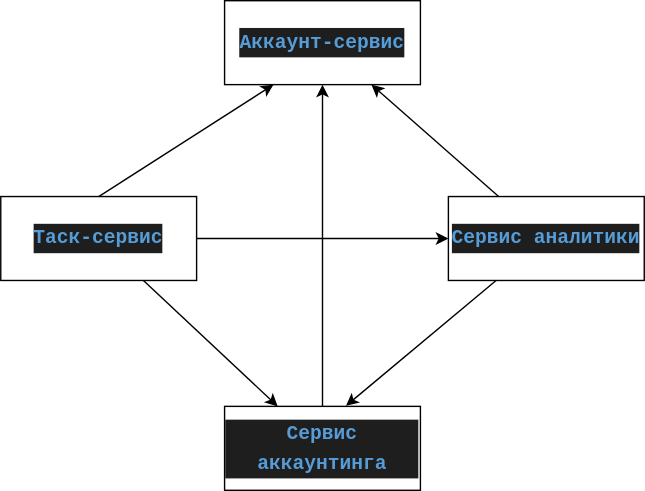
novoseltcev/async-course keeps this draw.io diagram as first-solution/diagram.svg. Above is the earlier version. Source tidied: cells renumbered, new cells last; positions are measured from the earlier drawing's top-left corner, leaving out a move shared by most shapes. Source of this version:
```xml
<mxGraphModel>
  <root>
    <mxCell id="0" />
    <mxCell id="1" parent="0" />
    <mxCell id="2" value="&lt;div style=&quot;color: rgb(212, 212, 212); background-color: rgb(30, 30, 30); font-family: Menlo, Monaco, &amp;quot;Courier New&amp;quot;, monospace; font-size: 14px; line-height: 21px;&quot;&gt;&lt;span style=&quot;color: #569cd6;font-weight: bold;&quot;&gt;Аккаунт-сервис&lt;/span&gt;&lt;/div&gt;" style="rounded=0;whiteSpace=wrap;html=1;" parent="1" vertex="1">
      <mxGeometry x="160" width="140" height="60" as="geometry" />
    </mxCell>
    <mxCell id="3" style="edgeStyle=none;html=1;entryX=0.5;entryY=1;entryDx=0;entryDy=0;" parent="1" edge="1" source="4" target="2">
      <mxGeometry relative="1" as="geometry" />
    </mxCell>
    <mxCell id="4" value="&lt;div style=&quot;color: rgb(212, 212, 212); background-color: rgb(30, 30, 30); font-family: Menlo, Monaco, &amp;quot;Courier New&amp;quot;, monospace; font-size: 14px; line-height: 21px;&quot;&gt;&lt;div style=&quot;line-height: 21px;&quot;&gt;&lt;span style=&quot;color: #569cd6;font-weight: bold;&quot;&gt;Сервис аккаунтинга&lt;/span&gt;&lt;/div&gt;&lt;/div&gt;" style="rounded=0;whiteSpace=wrap;html=1;" parent="1" vertex="1">
      <mxGeometry x="160" y="290" width="140" height="60" as="geometry" />
    </mxCell>
    <mxCell id="5" style="edgeStyle=none;html=1;exitX=0.5;exitY=0;exitDx=0;exitDy=0;entryX=0.25;entryY=1;entryDx=0;entryDy=0;" parent="1" edge="1" source="8" target="2">
      <mxGeometry relative="1" as="geometry" />
    </mxCell>
    <mxCell id="6" style="edgeStyle=none;html=1;" parent="1" edge="1" source="8" target="4">
      <mxGeometry relative="1" as="geometry" />
    </mxCell>
    <mxCell id="7" style="edgeStyle=none;html=1;" parent="1" edge="1" source="8" target="11">
      <mxGeometry relative="1" as="geometry" />
    </mxCell>
    <mxCell id="8" value="&lt;div style=&quot;color: rgb(212, 212, 212); background-color: rgb(30, 30, 30); font-family: Menlo, Monaco, &amp;quot;Courier New&amp;quot;, monospace; font-size: 14px; line-height: 21px;&quot;&gt;&lt;span style=&quot;color: #569cd6;font-weight: bold;&quot;&gt;Таск-сервис&lt;/span&gt;&lt;/div&gt;" style="rounded=0;whiteSpace=wrap;html=1;" parent="1" vertex="1">
      <mxGeometry y="140" width="140" height="60" as="geometry" />
    </mxCell>
    <mxCell id="9" style="edgeStyle=none;html=1;entryX=0.75;entryY=1;entryDx=0;entryDy=0;" parent="1" edge="1" source="11" target="2">
      <mxGeometry relative="1" as="geometry" />
    </mxCell>
    <mxCell id="10" style="edgeStyle=none;html=1;entryX=0.62;entryY=-0.006;entryDx=0;entryDy=0;entryPerimeter=0;" parent="1" edge="1" source="11" target="4">
      <mxGeometry relative="1" as="geometry" />
    </mxCell>
    <mxCell id="11" value="&lt;div style=&quot;color: rgb(212, 212, 212); background-color: rgb(30, 30, 30); font-family: Menlo, Monaco, &amp;quot;Courier New&amp;quot;, monospace; font-size: 14px; line-height: 21px;&quot;&gt;&lt;div style=&quot;line-height: 21px;&quot;&gt;&lt;span style=&quot;color: #569cd6;font-weight: bold;&quot;&gt;Сервис аналитики&lt;/span&gt;&lt;/div&gt;&lt;/div&gt;" style="rounded=0;whiteSpace=wrap;html=1;" parent="1" vertex="1">
      <mxGeometry x="320" y="140" width="140" height="60" as="geometry" />
    </mxCell>
  </root>
</mxGraphModel>
```
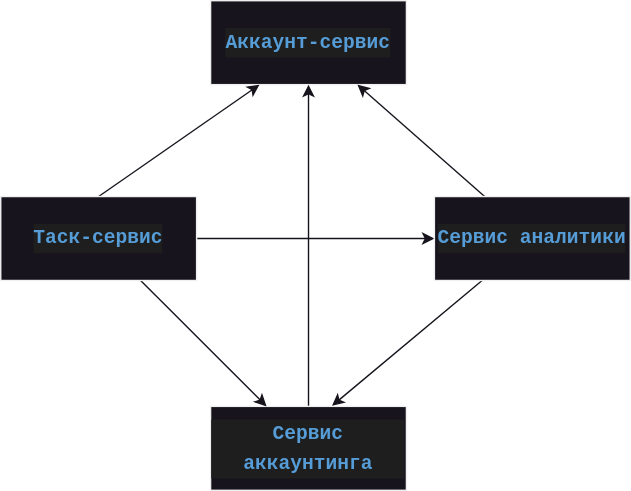
Later version of the same file.

What changed in the source:
```diff
@@ -1,35 +1,35 @@
-<mxGraphModel>
+<mxGraphModel background="#ffffff">
   <root>
     <mxCell id="0" />
     <mxCell id="1" parent="0" />
-    <mxCell id="2" value="&lt;div style=&quot;color: rgb(212, 212, 212); background-color: rgb(30, 30, 30); font-family: Menlo, Monaco, &amp;quot;Courier New&amp;quot;, monospace; font-size: 14px; line-height: 21px;&quot;&gt;&lt;span style=&quot;color: #569cd6;font-weight: bold;&quot;&gt;Аккаунт-сервис&lt;/span&gt;&lt;/div&gt;" style="rounded=0;whiteSpace=wrap;html=1;" parent="1" vertex="1">
+    <mxCell id="2" value="&lt;div style=&quot;color: rgb(212, 212, 212); background-color: rgb(30, 30, 30); font-family: Menlo, Monaco, &amp;quot;Courier New&amp;quot;, monospace; font-size: 14px; line-height: 21px;&quot;&gt;&lt;span style=&quot;color: #569cd6;font-weight: bold;&quot;&gt;Аккаунт-сервис&lt;/span&gt;&lt;/div&gt;" style="rounded=0;whiteSpace=wrap;html=1;fillColor=#18141D;strokeColor=#F0F0F0;" parent="1" vertex="1">
       <mxGeometry x="160" width="140" height="60" as="geometry" />
     </mxCell>
-    <mxCell id="3" style="edgeStyle=none;html=1;entryX=0.5;entryY=1;entryDx=0;entryDy=0;" parent="1" edge="1" source="4" target="2">
+    <mxCell id="3" style="edgeStyle=none;html=1;entryX=0.5;entryY=1;entryDx=0;entryDy=0;strokeColor=#18141D;fillColor=#18141D;" parent="1" edge="1" source="4" target="2">
       <mxGeometry relative="1" as="geometry" />
     </mxCell>
-    <mxCell id="4" value="&lt;div style=&quot;color: rgb(212, 212, 212); background-color: rgb(30, 30, 30); font-family: Menlo, Monaco, &amp;quot;Courier New&amp;quot;, monospace; font-size: 14px; line-height: 21px;&quot;&gt;&lt;div style=&quot;line-height: 21px;&quot;&gt;&lt;span style=&quot;color: #569cd6;font-weight: bold;&quot;&gt;Сервис аккаунтинга&lt;/span&gt;&lt;/div&gt;&lt;/div&gt;" style="rounded=0;whiteSpace=wrap;html=1;" parent="1" vertex="1">
+    <mxCell id="4" value="&lt;div style=&quot;color: rgb(212, 212, 212); background-color: rgb(30, 30, 30); font-family: Menlo, Monaco, &amp;quot;Courier New&amp;quot;, monospace; font-size: 14px; line-height: 21px;&quot;&gt;&lt;div style=&quot;line-height: 21px;&quot;&gt;&lt;span style=&quot;color: #569cd6;font-weight: bold;&quot;&gt;Сервис аккаунтинга&lt;/span&gt;&lt;/div&gt;&lt;/div&gt;" style="rounded=0;whiteSpace=wrap;html=1;fillColor=#18141D;strokeColor=#F0F0F0;" parent="1" vertex="1">
       <mxGeometry x="160" y="290" width="140" height="60" as="geometry" />
     </mxCell>
-    <mxCell id="5" style="edgeStyle=none;html=1;exitX=0.5;exitY=0;exitDx=0;exitDy=0;entryX=0.25;entryY=1;entryDx=0;entryDy=0;" parent="1" edge="1" source="8" target="2">
+    <mxCell id="5" style="edgeStyle=none;html=1;exitX=0.5;exitY=0;exitDx=0;exitDy=0;entryX=0.25;entryY=1;entryDx=0;entryDy=0;strokeColor=#18141D;fillColor=#18141D;" parent="1" edge="1" source="8" target="2">
       <mxGeometry relative="1" as="geometry" />
     </mxCell>
-    <mxCell id="6" style="edgeStyle=none;html=1;" parent="1" edge="1" source="8" target="4">
+    <mxCell id="6" style="edgeStyle=none;html=1;strokeColor=#18141D;fillColor=#18141D;" parent="1" edge="1" source="8" target="4">
       <mxGeometry relative="1" as="geometry" />
     </mxCell>
-    <mxCell id="7" style="edgeStyle=none;html=1;" parent="1" edge="1" source="8" target="11">
+    <mxCell id="7" style="edgeStyle=none;html=1;strokeColor=#18141D;fillColor=#18141D;" parent="1" edge="1" source="8" target="11">
       <mxGeometry relative="1" as="geometry" />
     </mxCell>
-    <mxCell id="8" value="&lt;div style=&quot;color: rgb(212, 212, 212); background-color: rgb(30, 30, 30); font-family: Menlo, Monaco, &amp;quot;Courier New&amp;quot;, monospace; font-size: 14px; line-height: 21px;&quot;&gt;&lt;span style=&quot;color: #569cd6;font-weight: bold;&quot;&gt;Таск-сервис&lt;/span&gt;&lt;/div&gt;" style="rounded=0;whiteSpace=wrap;html=1;" parent="1" vertex="1">
-      <mxGeometry y="140" width="140" height="60" as="geometry" />
+    <mxCell id="8" value="&lt;div style=&quot;color: rgb(212, 212, 212); background-color: rgb(30, 30, 30); font-family: Menlo, Monaco, &amp;quot;Courier New&amp;quot;, monospace; font-size: 14px; line-height: 21px;&quot;&gt;&lt;span style=&quot;color: #569cd6;font-weight: bold;&quot;&gt;Таск-сервис&lt;/span&gt;&lt;/div&gt;" style="rounded=0;whiteSpace=wrap;html=1;fillColor=#18141D;strokeColor=#F0F0F0;" parent="1" vertex="1">
+      <mxGeometry x="10" y="140" width="140" height="60" as="geometry" />
     </mxCell>
-    <mxCell id="9" style="edgeStyle=none;html=1;entryX=0.75;entryY=1;entryDx=0;entryDy=0;" parent="1" edge="1" source="11" target="2">
+    <mxCell id="9" style="edgeStyle=none;html=1;entryX=0.75;entryY=1;entryDx=0;entryDy=0;strokeColor=#18141D;fillColor=#18141D;" parent="1" edge="1" source="11" target="2">
       <mxGeometry relative="1" as="geometry" />
     </mxCell>
-    <mxCell id="10" style="edgeStyle=none;html=1;entryX=0.62;entryY=-0.006;entryDx=0;entryDy=0;entryPerimeter=0;" parent="1" edge="1" source="11" target="4">
+    <mxCell id="10" style="edgeStyle=none;html=1;entryX=0.62;entryY=-0.006;entryDx=0;entryDy=0;entryPerimeter=0;strokeColor=#18141D;fillColor=#18141D;" parent="1" edge="1" source="11" target="4">
       <mxGeometry relative="1" as="geometry" />
     </mxCell>
-    <mxCell id="11" value="&lt;div style=&quot;color: rgb(212, 212, 212); background-color: rgb(30, 30, 30); font-family: Menlo, Monaco, &amp;quot;Courier New&amp;quot;, monospace; font-size: 14px; line-height: 21px;&quot;&gt;&lt;div style=&quot;line-height: 21px;&quot;&gt;&lt;span style=&quot;color: #569cd6;font-weight: bold;&quot;&gt;Сервис аналитики&lt;/span&gt;&lt;/div&gt;&lt;/div&gt;" style="rounded=0;whiteSpace=wrap;html=1;" parent="1" vertex="1">
+    <mxCell id="11" value="&lt;div style=&quot;color: rgb(212, 212, 212); background-color: rgb(30, 30, 30); font-family: Menlo, Monaco, &amp;quot;Courier New&amp;quot;, monospace; font-size: 14px; line-height: 21px;&quot;&gt;&lt;div style=&quot;line-height: 21px;&quot;&gt;&lt;span style=&quot;color: #569cd6;font-weight: bold;&quot;&gt;Сервис аналитики&lt;/span&gt;&lt;/div&gt;&lt;/div&gt;" style="rounded=0;whiteSpace=wrap;html=1;fillColor=#18141D;strokeColor=#F0F0F0;" parent="1" vertex="1">
       <mxGeometry x="320" y="140" width="140" height="60" as="geometry" />
     </mxCell>
   </root>
```
